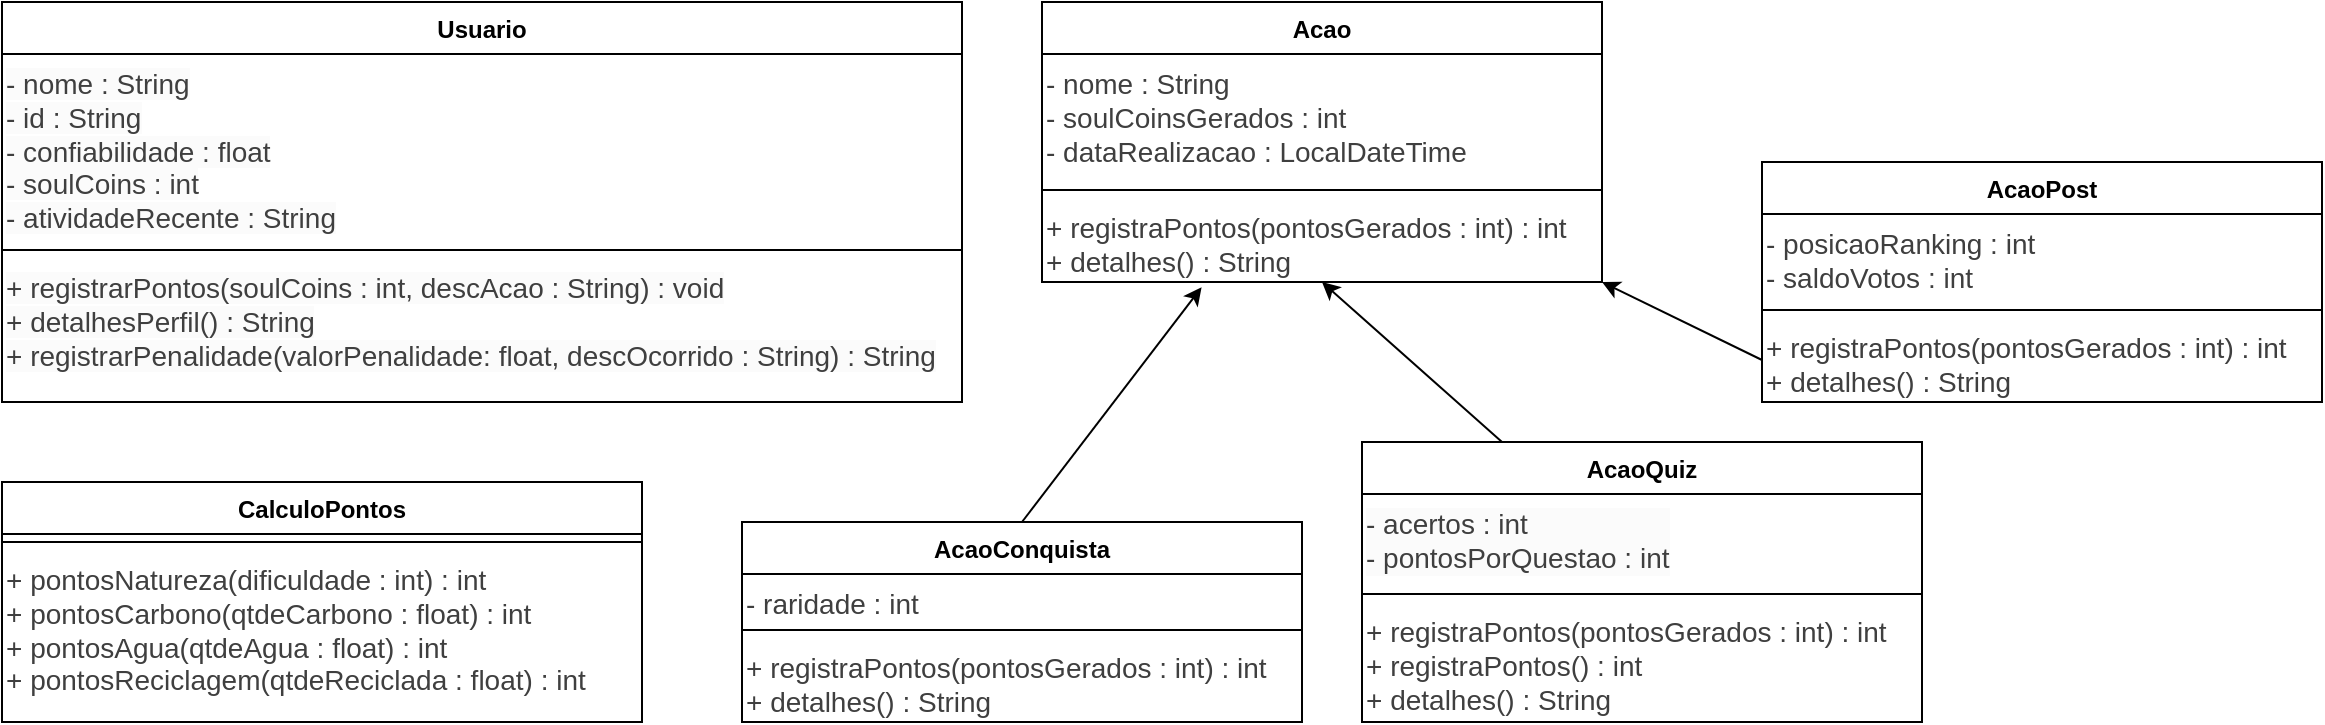
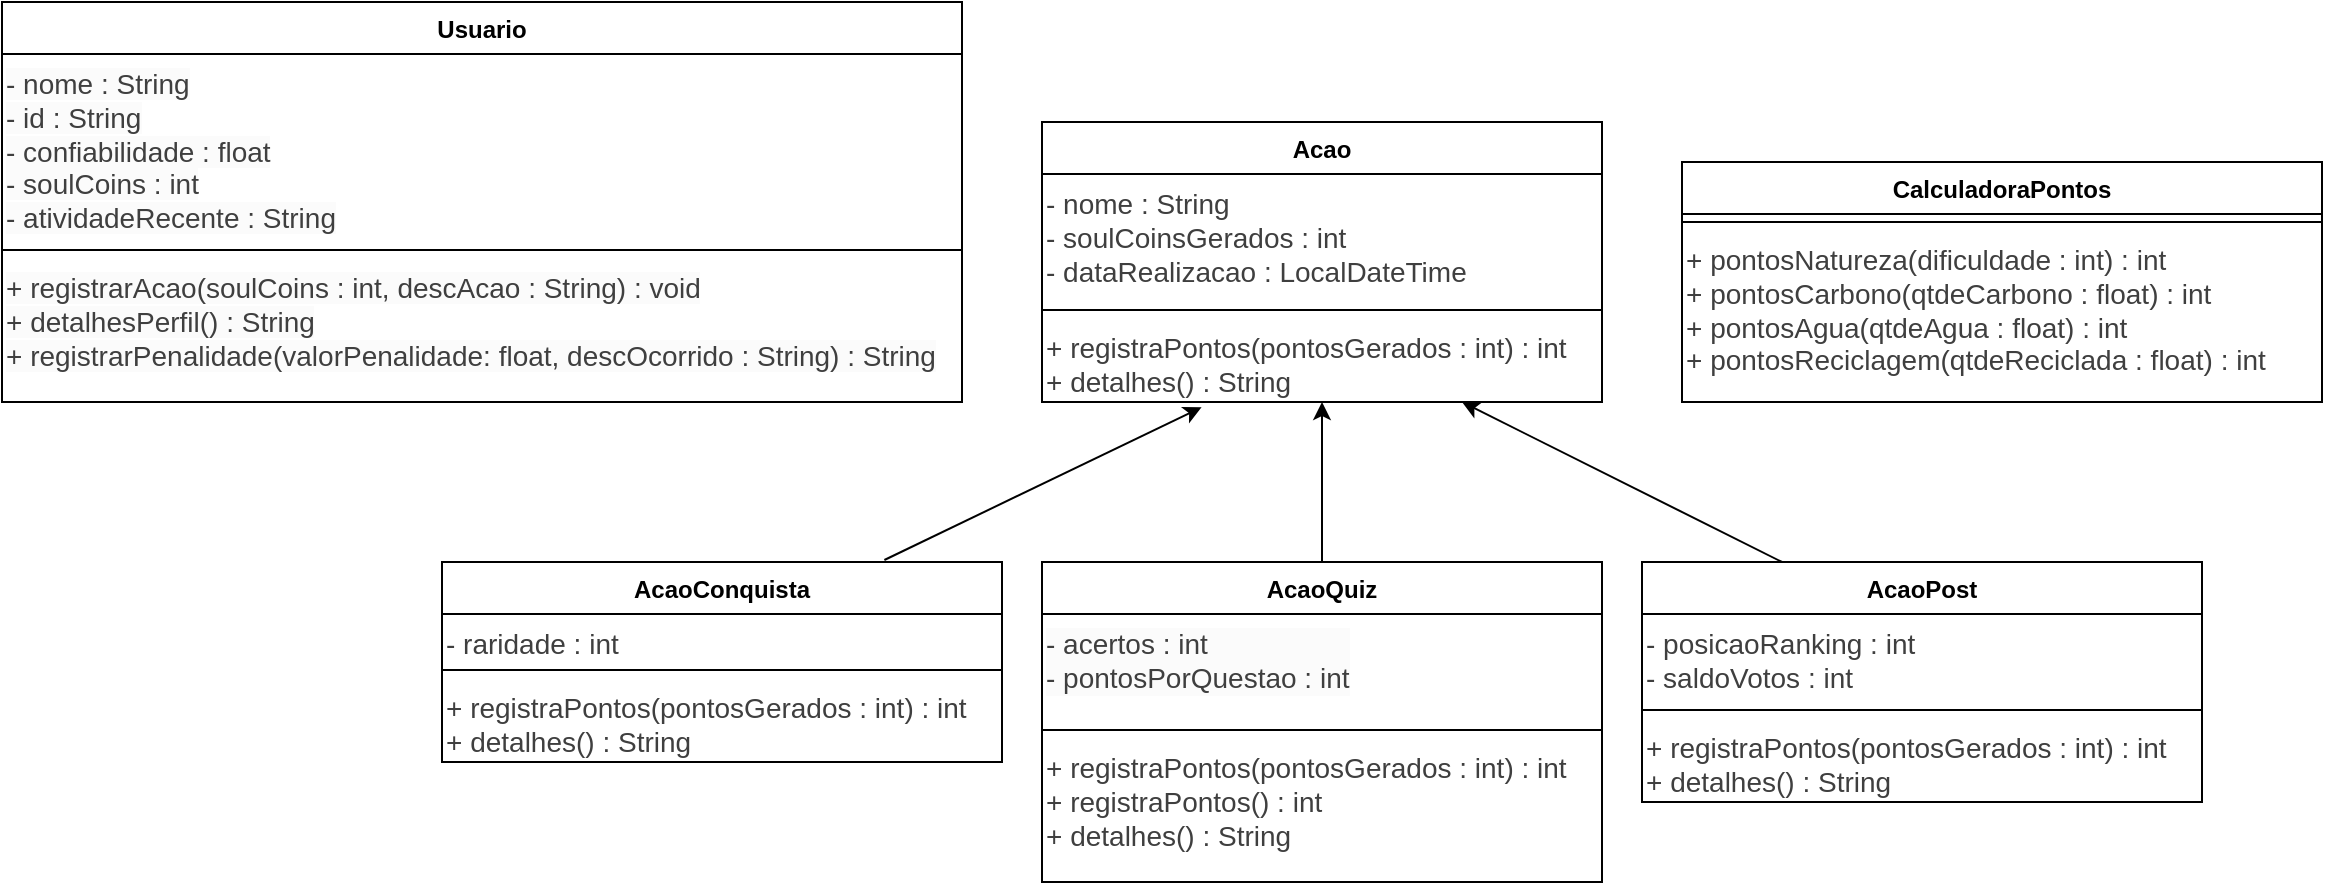
<mxfile host="65bd71144e">
    <diagram name="Diagrama SoulUp" id="soulup-uml">
-         <mxGraphModel dx="310" dy="1320" grid="1" gridSize="10" guides="1" tooltips="1" connect="1" arrows="1" fold="1" page="1" pageScale="1" pageWidth="1240" pageHeight="440" math="0" shadow="0">
+         <mxGraphModel dx="822" dy="912" grid="1" gridSize="10" guides="1" tooltips="1" connect="1" arrows="1" fold="1" page="1" pageScale="1" pageWidth="1240" pageHeight="520" math="0" shadow="0">
            <root>
                <mxCell id="0"/>
                <mxCell id="1" parent="0"/>
                <mxCell id="7" value="Usuario" style="swimlane;fontStyle=1;align=center;verticalAlign=top;childLayout=stackLayout;horizontal=1;startSize=26;horizontalStack=0;resizeParent=1;resizeParentMax=0;resizeLast=0;collapsible=1;marginBottom=0;whiteSpace=wrap;html=1;" parent="1" vertex="1">
                    <mxGeometry x="40" y="40" width="480" height="200" as="geometry">
                        <mxRectangle x="710" y="370" width="80" height="30" as="alternateBounds"/>
                    </mxGeometry>
                </mxCell>
                <mxCell id="12" value="&lt;span style=&quot;color: rgb(63, 63, 63); font-family: Helvetica; font-size: 14px; font-style: normal; font-variant-ligatures: normal; font-variant-caps: normal; font-weight: 400; letter-spacing: normal; orphans: 2; text-align: -webkit-left; text-indent: 0px; text-transform: none; widows: 2; word-spacing: 0px; -webkit-text-stroke-width: 0px; white-space: normal; background-color: rgb(251, 251, 251); text-decoration-thickness: initial; text-decoration-style: initial; text-decoration-color: initial; float: none; display: inline !important;&quot;&gt;- nome : String&lt;/span&gt;&lt;br style=&quot;forced-color-adjust: none; color: rgb(63, 63, 63); scrollbar-color: rgb(226, 226, 226) rgb(251, 251, 251); font-family: Helvetica; font-size: 14px; font-style: normal; font-variant-ligatures: normal; font-variant-caps: normal; font-weight: 400; letter-spacing: normal; orphans: 2; text-align: -webkit-left; text-indent: 0px; text-transform: none; widows: 2; word-spacing: 0px; -webkit-text-stroke-width: 0px; white-space: normal; background-color: rgb(251, 251, 251); text-decoration-thickness: initial; text-decoration-style: initial; text-decoration-color: initial;&quot;&gt;&lt;span style=&quot;color: rgb(63, 63, 63); font-family: Helvetica; font-size: 14px; font-style: normal; font-variant-ligatures: normal; font-variant-caps: normal; font-weight: 400; letter-spacing: normal; orphans: 2; text-align: -webkit-left; text-indent: 0px; text-transform: none; widows: 2; word-spacing: 0px; -webkit-text-stroke-width: 0px; white-space: normal; background-color: rgb(251, 251, 251); text-decoration-thickness: initial; text-decoration-style: initial; text-decoration-color: initial; float: none; display: inline !important;&quot;&gt;- id : String&lt;/span&gt;&lt;br style=&quot;forced-color-adjust: none; color: rgb(63, 63, 63); scrollbar-color: rgb(226, 226, 226) rgb(251, 251, 251); font-family: Helvetica; font-size: 14px; font-style: normal; font-variant-ligatures: normal; font-variant-caps: normal; font-weight: 400; letter-spacing: normal; orphans: 2; text-align: -webkit-left; text-indent: 0px; text-transform: none; widows: 2; word-spacing: 0px; -webkit-text-stroke-width: 0px; white-space: normal; background-color: rgb(251, 251, 251); text-decoration-thickness: initial; text-decoration-style: initial; text-decoration-color: initial;&quot;&gt;&lt;span style=&quot;color: rgb(63, 63, 63); font-family: Helvetica; font-size: 14px; font-style: normal; font-variant-ligatures: normal; font-variant-caps: normal; font-weight: 400; letter-spacing: normal; orphans: 2; text-align: -webkit-left; text-indent: 0px; text-transform: none; widows: 2; word-spacing: 0px; -webkit-text-stroke-width: 0px; white-space: normal; background-color: rgb(251, 251, 251); text-decoration-thickness: initial; text-decoration-style: initial; text-decoration-color: initial; float: none; display: inline !important;&quot;&gt;- confiabilidade : float&lt;/span&gt;&lt;br style=&quot;forced-color-adjust: none; color: rgb(63, 63, 63); scrollbar-color: rgb(226, 226, 226) rgb(251, 251, 251); font-family: Helvetica; font-size: 14px; font-style: normal; font-variant-ligatures: normal; font-variant-caps: normal; font-weight: 400; letter-spacing: normal; orphans: 2; text-align: -webkit-left; text-indent: 0px; text-transform: none; widows: 2; word-spacing: 0px; -webkit-text-stroke-width: 0px; white-space: normal; background-color: rgb(251, 251, 251); text-decoration-thickness: initial; text-decoration-style: initial; text-decoration-color: initial;&quot;&gt;&lt;span style=&quot;color: rgb(63, 63, 63); font-family: Helvetica; font-size: 14px; font-style: normal; font-variant-ligatures: normal; font-variant-caps: normal; font-weight: 400; letter-spacing: normal; orphans: 2; text-align: -webkit-left; text-indent: 0px; text-transform: none; widows: 2; word-spacing: 0px; -webkit-text-stroke-width: 0px; white-space: normal; background-color: rgb(251, 251, 251); text-decoration-thickness: initial; text-decoration-style: initial; text-decoration-color: initial; float: none; display: inline !important;&quot;&gt;- soulCoins : int&lt;/span&gt;&lt;div&gt;&lt;div&gt;&lt;span style=&quot;color: rgb(63, 63, 63); font-family: Helvetica; font-size: 14px; font-style: normal; font-variant-ligatures: normal; font-variant-caps: normal; font-weight: 400; letter-spacing: normal; orphans: 2; text-align: -webkit-left; text-indent: 0px; text-transform: none; widows: 2; word-spacing: 0px; -webkit-text-stroke-width: 0px; white-space: normal; background-color: rgb(251, 251, 251); text-decoration-thickness: initial; text-decoration-style: initial; text-decoration-color: initial; float: none; display: inline !important;&quot;&gt;- atividadeRecente : String&lt;/span&gt;&lt;br class=&quot;Apple-interchange-newline&quot;&gt;&lt;/div&gt;&lt;/div&gt;" style="text;whiteSpace=wrap;html=1;" parent="7" vertex="1">
                    <mxGeometry y="26" width="480" height="94" as="geometry"/>
                </mxCell>
                <mxCell id="9" value="" style="line;strokeWidth=1;fillColor=none;align=left;verticalAlign=middle;spacingTop=-1;spacingLeft=3;spacingRight=3;rotatable=0;labelPosition=right;points=[];portConstraint=eastwest;strokeColor=inherit;" parent="7" vertex="1">
                    <mxGeometry y="120" width="480" height="8" as="geometry"/>
                </mxCell>
-                 <mxCell id="13" value="&lt;span style=&quot;color: rgb(63, 63, 63); font-family: Helvetica; font-size: 14px; font-style: normal; font-variant-ligatures: normal; font-variant-caps: normal; font-weight: 400; letter-spacing: normal; orphans: 2; text-align: -webkit-left; text-indent: 0px; text-transform: none; widows: 2; word-spacing: 0px; -webkit-text-stroke-width: 0px; white-space: normal; background-color: rgb(251, 251, 251); text-decoration-thickness: initial; text-decoration-style: initial; text-decoration-color: initial; float: none; display: inline !important;&quot;&gt;+ registrarPontos(soulCoins : int, descAcao : String) : void&lt;/span&gt;&lt;div&gt;&lt;div&gt;&lt;span style=&quot;color: rgb(63, 63, 63); font-family: Helvetica; font-size: 14px; font-style: normal; font-variant-ligatures: normal; font-variant-caps: normal; font-weight: 400; letter-spacing: normal; orphans: 2; text-align: -webkit-left; text-indent: 0px; text-transform: none; widows: 2; word-spacing: 0px; -webkit-text-stroke-width: 0px; white-space: normal; background-color: rgb(251, 251, 251); text-decoration-thickness: initial; text-decoration-style: initial; text-decoration-color: initial; float: none; display: inline !important;&quot;&gt;+ detalhesPerfil() : String&lt;/span&gt;&lt;/div&gt;&lt;/div&gt;&lt;div&gt;&lt;span style=&quot;color: rgb(63, 63, 63); font-family: Helvetica; font-size: 14px; font-style: normal; font-variant-ligatures: normal; font-variant-caps: normal; font-weight: 400; letter-spacing: normal; orphans: 2; text-align: -webkit-left; text-indent: 0px; text-transform: none; widows: 2; word-spacing: 0px; -webkit-text-stroke-width: 0px; white-space: normal; background-color: rgb(251, 251, 251); text-decoration-thickness: initial; text-decoration-style: initial; text-decoration-color: initial; float: none; display: inline !important;&quot;&gt;+ registrarPenalidade(valorPenalidade: float, descOcorrido : String) : String&lt;/span&gt;&lt;/div&gt;" style="text;whiteSpace=wrap;html=1;" parent="7" vertex="1">
+                 <mxCell id="13" value="&lt;span style=&quot;color: rgb(63, 63, 63); font-family: Helvetica; font-size: 14px; font-style: normal; font-variant-ligatures: normal; font-variant-caps: normal; font-weight: 400; letter-spacing: normal; orphans: 2; text-align: -webkit-left; text-indent: 0px; text-transform: none; widows: 2; word-spacing: 0px; -webkit-text-stroke-width: 0px; white-space: normal; background-color: rgb(251, 251, 251); text-decoration-thickness: initial; text-decoration-style: initial; text-decoration-color: initial; float: none; display: inline !important;&quot;&gt;+ registrarAcao(soulCoins : int, descAcao : String) : void&lt;/span&gt;&lt;div&gt;&lt;div&gt;&lt;span style=&quot;color: rgb(63, 63, 63); font-family: Helvetica; font-size: 14px; font-style: normal; font-variant-ligatures: normal; font-variant-caps: normal; font-weight: 400; letter-spacing: normal; orphans: 2; text-align: -webkit-left; text-indent: 0px; text-transform: none; widows: 2; word-spacing: 0px; -webkit-text-stroke-width: 0px; white-space: normal; background-color: rgb(251, 251, 251); text-decoration-thickness: initial; text-decoration-style: initial; text-decoration-color: initial; float: none; display: inline !important;&quot;&gt;+ detalhesPerfil() : String&lt;/span&gt;&lt;/div&gt;&lt;/div&gt;&lt;div&gt;&lt;span style=&quot;color: rgb(63, 63, 63); font-family: Helvetica; font-size: 14px; font-style: normal; font-variant-ligatures: normal; font-variant-caps: normal; font-weight: 400; letter-spacing: normal; orphans: 2; text-align: -webkit-left; text-indent: 0px; text-transform: none; widows: 2; word-spacing: 0px; -webkit-text-stroke-width: 0px; white-space: normal; background-color: rgb(251, 251, 251); text-decoration-thickness: initial; text-decoration-style: initial; text-decoration-color: initial; float: none; display: inline !important;&quot;&gt;+ registrarPenalidade(valorPenalidade: float, descOcorrido : String) : String&lt;/span&gt;&lt;/div&gt;" style="text;whiteSpace=wrap;html=1;" parent="7" vertex="1">
                    <mxGeometry y="128" width="480" height="72" as="geometry"/>
                </mxCell>
                <mxCell id="14" value="Acao" style="swimlane;fontStyle=1;align=center;verticalAlign=top;childLayout=stackLayout;horizontal=1;startSize=26;horizontalStack=0;resizeParent=1;resizeParentMax=0;resizeLast=0;collapsible=1;marginBottom=0;whiteSpace=wrap;html=1;" parent="1" vertex="1">
-                     <mxGeometry x="560" y="40" width="280" height="140" as="geometry">
+                     <mxGeometry x="560" y="100" width="280" height="140" as="geometry">
                        <mxRectangle x="520" y="40" width="80" height="30" as="alternateBounds"/>
                    </mxGeometry>
                </mxCell>
                <mxCell id="15" value="&lt;span style=&quot;color: rgb(63, 63, 63); font-size: 14px;&quot;&gt;- nome : String&lt;/span&gt;&lt;br style=&quot;color: rgb(63, 63, 63); scrollbar-color: rgb(226, 226, 226) rgb(251, 251, 251); font-size: 14px;&quot;&gt;&lt;span style=&quot;color: rgb(63, 63, 63); font-size: 14px;&quot;&gt;- soulCoinsGerados : int&lt;/span&gt;&lt;br style=&quot;color: rgb(63, 63, 63); scrollbar-color: rgb(226, 226, 226) rgb(251, 251, 251); font-size: 14px;&quot;&gt;&lt;span style=&quot;color: rgb(63, 63, 63); font-size: 14px;&quot;&gt;- dataRealizacao : LocalDateTime&lt;/span&gt;" style="text;whiteSpace=wrap;html=1;" parent="14" vertex="1">
                    <mxGeometry y="26" width="280" height="64" as="geometry"/>
                </mxCell>
                <mxCell id="16" value="" style="line;strokeWidth=1;fillColor=none;align=left;verticalAlign=middle;spacingTop=-1;spacingLeft=3;spacingRight=3;rotatable=0;labelPosition=right;points=[];portConstraint=eastwest;strokeColor=inherit;" parent="14" vertex="1">
                    <mxGeometry y="90" width="280" height="8" as="geometry"/>
                </mxCell>
                <mxCell id="17" value="&lt;div style=&quot;color: rgb(63, 63, 63); scrollbar-color: rgb(226, 226, 226) rgb(251, 251, 251);&quot;&gt;&lt;span style=&quot;scrollbar-color: rgb(226, 226, 226) rgb(251, 251, 251); font-size: 14px; color: rgb(63, 63, 63);&quot;&gt;+ registra&lt;span style=&quot;scrollbar-color: rgb(226, 226, 226) rgb(251, 251, 251); color: rgb(63, 63, 63);&quot;&gt;Pontos&lt;/span&gt;(&lt;/span&gt;&lt;span style=&quot;scrollbar-color: rgb(226, 226, 226) rgb(251, 251, 251); background-color: transparent; font-size: 14px; color: rgb(63, 63, 63);&quot;&gt;pontosGerados : int&lt;/span&gt;&lt;span style=&quot;scrollbar-color: rgb(226, 226, 226) rgb(251, 251, 251); background-color: transparent; font-size: 14px; color: rgb(63, 63, 63);&quot;&gt;) : int&lt;/span&gt;&lt;/div&gt;&lt;span style=&quot;color: rgb(63, 63, 63); scrollbar-color: rgb(226, 226, 226) rgb(251, 251, 251); font-size: 14px;&quot;&gt;+ detalhes() : String&lt;/span&gt;" style="text;whiteSpace=wrap;html=1;" parent="14" vertex="1">
                    <mxGeometry y="98" width="280" height="42" as="geometry"/>
                </mxCell>
-                 <mxCell id="67" style="edgeStyle=none;html=1;exitX=0;exitY=0.5;exitDx=0;exitDy=0;entryX=1;entryY=1;entryDx=0;entryDy=0;" edge="1" parent="1" source="21" target="17">
+                 <mxCell id="67" style="edgeStyle=none;html=1;exitX=0.25;exitY=0;exitDx=0;exitDy=0;entryX=0.75;entryY=1;entryDx=0;entryDy=0;" parent="1" source="18" target="17" edge="1">
                    <mxGeometry relative="1" as="geometry"/>
                </mxCell>
                <mxCell id="18" value="AcaoPost" style="swimlane;fontStyle=1;align=center;verticalAlign=top;childLayout=stackLayout;horizontal=1;startSize=26;horizontalStack=0;resizeParent=1;resizeParentMax=0;resizeLast=0;collapsible=1;marginBottom=0;whiteSpace=wrap;html=1;" parent="1" vertex="1">
-                     <mxGeometry x="920" y="120" width="280" height="120" as="geometry">
+                     <mxGeometry x="860" y="320" width="280" height="120" as="geometry">
                        <mxRectangle x="710" y="370" width="80" height="30" as="alternateBounds"/>
                    </mxGeometry>
                </mxCell>
                <mxCell id="19" value="&lt;span style=&quot;color: rgb(63, 63, 63); font-size: 14px;&quot;&gt;- posicaoRanking : int&lt;/span&gt;&lt;br style=&quot;color: rgb(63, 63, 63); scrollbar-color: rgb(226, 226, 226) rgb(251, 251, 251); font-size: 14px;&quot;&gt;&lt;span style=&quot;color: rgb(63, 63, 63); font-size: 14px;&quot;&gt;- saldoVotos : int&lt;/span&gt;&lt;div&gt;&lt;span style=&quot;color: rgb(63, 63, 63); font-size: 14px;&quot;&gt;&lt;br&gt;&lt;/span&gt;&lt;/div&gt;" style="text;whiteSpace=wrap;html=1;" parent="18" vertex="1">
                    <mxGeometry y="26" width="280" height="44" as="geometry"/>
                </mxCell>
                <mxCell id="20" value="" style="line;strokeWidth=1;fillColor=none;align=left;verticalAlign=middle;spacingTop=-1;spacingLeft=3;spacingRight=3;rotatable=0;labelPosition=right;points=[];portConstraint=eastwest;strokeColor=inherit;" parent="18" vertex="1">
                    <mxGeometry y="70" width="280" height="8" as="geometry"/>
                </mxCell>
                <mxCell id="21" value="&lt;div style=&quot;color: rgb(63, 63, 63); scrollbar-color: rgb(226, 226, 226) rgb(251, 251, 251);&quot;&gt;&lt;div style=&quot;scrollbar-color: rgb(226, 226, 226) rgb(251, 251, 251); color: rgb(63, 63, 63);&quot;&gt;&lt;div style=&quot;scrollbar-color: rgb(226, 226, 226) rgb(251, 251, 251); color: rgb(63, 63, 63);&quot;&gt;&lt;span style=&quot;scrollbar-color: rgb(226, 226, 226) rgb(251, 251, 251); font-size: 14px; color: rgb(63, 63, 63);&quot;&gt;+ registra&lt;span style=&quot;scrollbar-color: rgb(226, 226, 226) rgb(251, 251, 251); color: rgb(63, 63, 63);&quot;&gt;Pontos&lt;/span&gt;(&lt;/span&gt;&lt;span style=&quot;scrollbar-color: rgb(226, 226, 226) rgb(251, 251, 251); background-color: transparent; font-size: 14px; color: rgb(63, 63, 63);&quot;&gt;pontosGerados : int&lt;/span&gt;&lt;span style=&quot;scrollbar-color: rgb(226, 226, 226) rgb(251, 251, 251); background-color: transparent; font-size: 14px; color: rgb(63, 63, 63);&quot;&gt;) : int&lt;/span&gt;&lt;/div&gt;&lt;span style=&quot;scrollbar-color: rgb(226, 226, 226) rgb(251, 251, 251); font-size: 14px; color: rgb(63, 63, 63);&quot;&gt;+ detalhes() : String&lt;/span&gt;&lt;/div&gt;&lt;/div&gt;" style="text;whiteSpace=wrap;html=1;" parent="18" vertex="1">
                    <mxGeometry y="78" width="280" height="42" as="geometry"/>
                </mxCell>
-                 <mxCell id="65" style="edgeStyle=none;html=1;exitX=0.5;exitY=0;exitDx=0;exitDy=0;entryX=0.285;entryY=1.063;entryDx=0;entryDy=0;entryPerimeter=0;" edge="1" parent="1" source="32" target="17">
+                 <mxCell id="65" style="edgeStyle=none;html=1;exitX=0.79;exitY=-0.01;exitDx=0;exitDy=0;entryX=0.285;entryY=1.063;entryDx=0;entryDy=0;entryPerimeter=0;exitPerimeter=0;" parent="1" source="32" target="17" edge="1">
                    <mxGeometry relative="1" as="geometry"/>
                </mxCell>
                <mxCell id="32" value="AcaoConquista" style="swimlane;fontStyle=1;align=center;verticalAlign=top;childLayout=stackLayout;horizontal=1;startSize=26;horizontalStack=0;resizeParent=1;resizeParentMax=0;resizeLast=0;collapsible=1;marginBottom=0;whiteSpace=wrap;html=1;" parent="1" vertex="1">
-                     <mxGeometry x="410" y="300" width="280" height="100" as="geometry">
+                     <mxGeometry x="260" y="320" width="280" height="100" as="geometry">
                        <mxRectangle x="710" y="370" width="80" height="30" as="alternateBounds"/>
                    </mxGeometry>
                </mxCell>
                <mxCell id="33" value="&lt;div&gt;&lt;span style=&quot;color: rgb(63, 63, 63); font-size: 14px; background-color: transparent;&quot;&gt;- raridade : int&lt;/span&gt;&lt;/div&gt;" style="text;whiteSpace=wrap;html=1;" parent="32" vertex="1">
                    <mxGeometry y="26" width="280" height="24" as="geometry"/>
                </mxCell>
                <mxCell id="34" value="" style="line;strokeWidth=1;fillColor=none;align=left;verticalAlign=middle;spacingTop=-1;spacingLeft=3;spacingRight=3;rotatable=0;labelPosition=right;points=[];portConstraint=eastwest;strokeColor=inherit;" parent="32" vertex="1">
                    <mxGeometry y="50" width="280" height="8" as="geometry"/>
                </mxCell>
                <mxCell id="35" value="&lt;div style=&quot;scrollbar-color: rgb(226, 226, 226) rgb(251, 251, 251); color: rgb(63, 63, 63);&quot;&gt;&lt;div style=&quot;scrollbar-color: rgb(226, 226, 226) rgb(251, 251, 251); color: rgb(63, 63, 63);&quot;&gt;&lt;span style=&quot;scrollbar-color: rgb(226, 226, 226) rgb(251, 251, 251); font-size: 14px; color: rgb(63, 63, 63);&quot;&gt;+ registra&lt;span style=&quot;scrollbar-color: rgb(226, 226, 226) rgb(251, 251, 251); color: rgb(63, 63, 63);&quot;&gt;Pontos&lt;/span&gt;(&lt;/span&gt;&lt;span style=&quot;scrollbar-color: rgb(226, 226, 226) rgb(251, 251, 251); background-color: transparent; font-size: 14px; color: rgb(63, 63, 63);&quot;&gt;pontosGerados : int&lt;/span&gt;&lt;span style=&quot;scrollbar-color: rgb(226, 226, 226) rgb(251, 251, 251); background-color: transparent; font-size: 14px; color: rgb(63, 63, 63);&quot;&gt;) : int&lt;/span&gt;&lt;/div&gt;&lt;span style=&quot;scrollbar-color: rgb(226, 226, 226) rgb(251, 251, 251); font-size: 14px; color: rgb(63, 63, 63);&quot;&gt;+ detalhes() : String&lt;/span&gt;&lt;/div&gt;" style="text;whiteSpace=wrap;html=1;" parent="32" vertex="1">
                    <mxGeometry y="58" width="280" height="42" as="geometry"/>
                </mxCell>
-                 <mxCell id="64" style="edgeStyle=none;html=1;exitX=0.25;exitY=0;exitDx=0;exitDy=0;entryX=0.5;entryY=1;entryDx=0;entryDy=0;" edge="1" parent="1" source="43" target="17">
+                 <mxCell id="64" style="edgeStyle=none;html=1;exitX=0.5;exitY=0;exitDx=0;exitDy=0;entryX=0.5;entryY=1;entryDx=0;entryDy=0;" parent="1" source="43" target="17" edge="1">
                    <mxGeometry relative="1" as="geometry"/>
                </mxCell>
                <mxCell id="43" value="AcaoQuiz" style="swimlane;fontStyle=1;align=center;verticalAlign=top;childLayout=stackLayout;horizontal=1;startSize=26;horizontalStack=0;resizeParent=1;resizeParentMax=0;resizeLast=0;collapsible=1;marginBottom=0;whiteSpace=wrap;html=1;" parent="1" vertex="1">
-                     <mxGeometry x="720" y="260" width="280" height="140" as="geometry">
+                     <mxGeometry x="560" y="320" width="280" height="160" as="geometry">
                        <mxRectangle x="710" y="370" width="80" height="30" as="alternateBounds"/>
                    </mxGeometry>
                </mxCell>
                <mxCell id="48" value="&lt;div style=&quot;forced-color-adjust: none; color: rgb(63, 63, 63); scrollbar-color: rgb(226, 226, 226) rgb(251, 251, 251); font-family: Helvetica; font-style: normal; font-variant-ligatures: normal; font-variant-caps: normal; font-weight: 400; letter-spacing: normal; orphans: 2; text-align: left; text-indent: 0px; text-transform: none; widows: 2; word-spacing: 0px; -webkit-text-stroke-width: 0px; white-space: normal; background-color: rgb(251, 251, 251); text-decoration-thickness: initial; text-decoration-style: initial; text-decoration-color: initial;&quot;&gt;&lt;span style=&quot;font-size: 14px;&quot;&gt;- acertos : int&lt;/span&gt;&lt;/div&gt;&lt;div style=&quot;forced-color-adjust: none; color: rgb(63, 63, 63); scrollbar-color: rgb(226, 226, 226) rgb(251, 251, 251); font-family: Helvetica; font-style: normal; font-variant-ligatures: normal; font-variant-caps: normal; font-weight: 400; letter-spacing: normal; orphans: 2; text-align: left; text-indent: 0px; text-transform: none; widows: 2; word-spacing: 0px; -webkit-text-stroke-width: 0px; white-space: normal; background-color: rgb(251, 251, 251); text-decoration-thickness: initial; text-decoration-style: initial; text-decoration-color: initial;&quot;&gt;&lt;span style=&quot;font-size: 14px;&quot;&gt;- pontosPorQuestao : int&lt;/span&gt;&lt;/div&gt;" style="text;whiteSpace=wrap;html=1;" parent="43" vertex="1">
-                     <mxGeometry y="26" width="280" height="46" as="geometry"/>
+                     <mxGeometry y="26" width="280" height="54" as="geometry"/>
                </mxCell>
                <mxCell id="45" value="" style="line;strokeWidth=1;fillColor=none;align=left;verticalAlign=middle;spacingTop=-1;spacingLeft=3;spacingRight=3;rotatable=0;labelPosition=right;points=[];portConstraint=eastwest;strokeColor=inherit;" parent="43" vertex="1">
-                     <mxGeometry y="72" width="280" height="8" as="geometry"/>
+                     <mxGeometry y="80" width="280" height="8" as="geometry"/>
                </mxCell>
                <mxCell id="46" value="&lt;div style=&quot;color: rgb(63, 63, 63); scrollbar-color: rgb(226, 226, 226) rgb(251, 251, 251);&quot;&gt;&lt;div style=&quot;scrollbar-color: rgb(226, 226, 226) rgb(251, 251, 251); color: rgb(63, 63, 63);&quot;&gt;&lt;span style=&quot;scrollbar-color: rgb(226, 226, 226) rgb(251, 251, 251); font-size: 14px; color: rgb(63, 63, 63);&quot;&gt;+ registra&lt;span style=&quot;scrollbar-color: rgb(226, 226, 226) rgb(251, 251, 251); color: rgb(63, 63, 63);&quot;&gt;Pontos&lt;/span&gt;(&lt;/span&gt;&lt;span style=&quot;scrollbar-color: rgb(226, 226, 226) rgb(251, 251, 251); background-color: transparent; font-size: 14px; color: rgb(63, 63, 63);&quot;&gt;pontosGerados : int&lt;/span&gt;&lt;span style=&quot;scrollbar-color: rgb(226, 226, 226) rgb(251, 251, 251); background-color: transparent; font-size: 14px; color: rgb(63, 63, 63);&quot;&gt;) : int&lt;/span&gt;&lt;/div&gt;&lt;div style=&quot;scrollbar-color: rgb(226, 226, 226) rgb(251, 251, 251); color: rgb(63, 63, 63);&quot;&gt;&lt;span style=&quot;scrollbar-color: rgb(226, 226, 226) rgb(251, 251, 251); background-color: transparent; font-size: 14px; color: rgb(63, 63, 63);&quot;&gt;+ registraPontos() : int&lt;/span&gt;&lt;/div&gt;&lt;span style=&quot;scrollbar-color: rgb(226, 226, 226) rgb(251, 251, 251); font-size: 14px; color: rgb(63, 63, 63);&quot;&gt;+ detalhes() : String&lt;/span&gt;&lt;/div&gt;" style="text;whiteSpace=wrap;html=1;" parent="43" vertex="1">
-                     <mxGeometry y="80" width="280" height="60" as="geometry"/>
+                     <mxGeometry y="88" width="280" height="72" as="geometry"/>
                </mxCell>
-                 <mxCell id="53" value="CalculoPontos" style="swimlane;fontStyle=1;align=center;verticalAlign=top;childLayout=stackLayout;horizontal=1;startSize=26;horizontalStack=0;resizeParent=1;resizeParentMax=0;resizeLast=0;collapsible=1;marginBottom=0;whiteSpace=wrap;html=1;" parent="1" vertex="1">
-                     <mxGeometry x="40" y="280" width="320" height="120" as="geometry">
+                 <mxCell id="53" value="CalculadoraPontos" style="swimlane;fontStyle=1;align=center;verticalAlign=top;childLayout=stackLayout;horizontal=1;startSize=26;horizontalStack=0;resizeParent=1;resizeParentMax=0;resizeLast=0;collapsible=1;marginBottom=0;whiteSpace=wrap;html=1;" parent="1" vertex="1">
+                     <mxGeometry x="880" y="120" width="320" height="120" as="geometry">
                        <mxRectangle x="1000" y="40" width="140" height="30" as="alternateBounds"/>
                    </mxGeometry>
                </mxCell>
                <mxCell id="55" value="" style="line;strokeWidth=1;fillColor=none;align=left;verticalAlign=middle;spacingTop=-1;spacingLeft=3;spacingRight=3;rotatable=0;labelPosition=right;points=[];portConstraint=eastwest;strokeColor=inherit;" parent="53" vertex="1">
                    <mxGeometry y="26" width="320" height="8" as="geometry"/>
                </mxCell>
                <mxCell id="56" value="&lt;div style=&quot;color: rgb(63, 63, 63); scrollbar-color: rgb(226, 226, 226) rgb(251, 251, 251);&quot;&gt;&lt;span style=&quot;scrollbar-color: rgb(226, 226, 226) rgb(251, 251, 251); font-size: 14px; color: rgb(63, 63, 63);&quot;&gt;+ pontosNatureza(&lt;span style=&quot;scrollbar-color: rgb(226, 226, 226) rgb(251, 251, 251); color: rgb(63, 63, 63);&quot;&gt;dificuldade : int&lt;/span&gt;) :&amp;nbsp;&lt;/span&gt;&lt;span style=&quot;color: rgb(63, 63, 63); font-size: 14px;&quot;&gt;int&lt;/span&gt;&lt;br style=&quot;scrollbar-color: rgb(226, 226, 226) rgb(251, 251, 251); font-size: 14px; color: rgb(63, 63, 63);&quot;&gt;&lt;span style=&quot;scrollbar-color: rgb(226, 226, 226) rgb(251, 251, 251); font-size: 14px; color: rgb(63, 63, 63);&quot;&gt;+ pontosCarbono(&lt;span style=&quot;color: rgb(63, 63, 63);&quot;&gt;qtdeCarbono : float&lt;/span&gt;) :&amp;nbsp;&lt;/span&gt;&lt;span style=&quot;color: rgb(63, 63, 63); font-size: 14px;&quot;&gt;int&lt;/span&gt;&lt;br style=&quot;scrollbar-color: rgb(226, 226, 226) rgb(251, 251, 251); font-size: 14px; color: rgb(63, 63, 63);&quot;&gt;&lt;span style=&quot;scrollbar-color: rgb(226, 226, 226) rgb(251, 251, 251); font-size: 14px; color: rgb(63, 63, 63);&quot;&gt;+ pontosAgua(&lt;span style=&quot;color: rgb(63, 63, 63);&quot;&gt;qtdeAgua : float&lt;/span&gt;) :&amp;nbsp;&lt;/span&gt;&lt;span style=&quot;color: rgb(63, 63, 63); font-size: 14px;&quot;&gt;int&lt;/span&gt;&lt;div style=&quot;scrollbar-color: rgb(226, 226, 226) rgb(251, 251, 251); color: rgb(63, 63, 63);&quot;&gt;&lt;font style=&quot;scrollbar-color: rgb(226, 226, 226) rgb(251, 251, 251); font-size: 14px; color: rgb(63, 63, 63);&quot;&gt;+ pontosReciclagem(&lt;span style=&quot;color: rgb(63, 63, 63);&quot;&gt;qtdeReciclada : float&lt;/span&gt;) : int&lt;/font&gt;&lt;/div&gt;&lt;/div&gt;" style="text;whiteSpace=wrap;html=1;" parent="53" vertex="1">
                    <mxGeometry y="34" width="320" height="86" as="geometry"/>
                </mxCell>
            </root>
        </mxGraphModel>
    </diagram>
</mxfile>